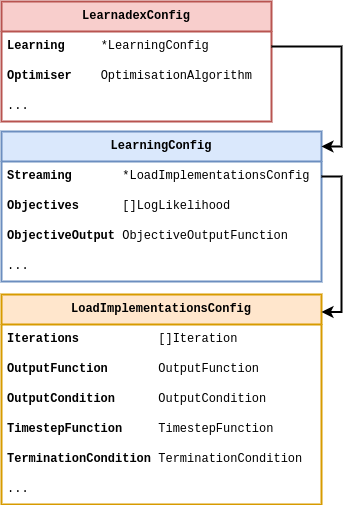
Before: images/chapter-4-learnadex-data-types.drawio.png, a diagram exported from draw.io (umbralcalc/worlds-of-observation). Source tidied: cells renumbered, new cells last; positions are measured from the earlier drawing's top-left corner, leaving out a move shared by most shapes.
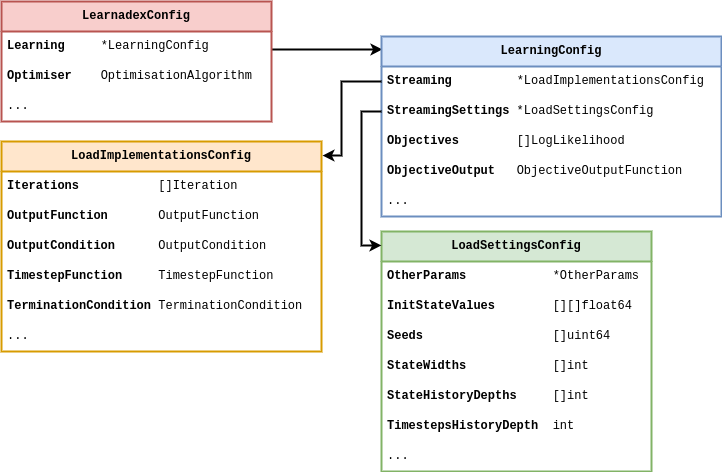
Later version of the same file.

The edit, as a diff of the source:
```diff
@@ -2,8 +2,16 @@
   <root>
     <mxCell id="0" />
     <mxCell id="1" parent="0" />
+    <mxCell id="20" style="edgeStyle=orthogonalEdgeStyle;rounded=0;jettySize=auto;html=1;entryX=0.003;entryY=0.072;entryDx=0;entryDy=0;entryPerimeter=0;strokeWidth=2;" parent="1" edge="1" source="2" target="6">
+      <mxGeometry relative="1" as="geometry">
+        <Array as="points">
+          <mxPoint x="300" y="18" />
+          <mxPoint x="300" y="18" />
+        </Array>
+      </mxGeometry>
+    </mxCell>
     <mxCell id="2" value="&lt;b&gt;LearnadexConfig&lt;/b&gt;" style="swimlane;fontStyle=0;horizontal=1;startSize=30;whiteSpace=wrap;html=1;fontFamily=Courier New;fillColor=#f8cecc;strokeColor=#b85450;strokeWidth=2;" parent="1" vertex="1">
-      <mxGeometry width="270" height="120" as="geometry" />
+      <mxGeometry y="-30" width="270" height="120" as="geometry" />
     </mxCell>
     <mxCell id="3" value="&lt;b&gt;Learning&amp;nbsp; &amp;nbsp; &amp;nbsp;&lt;/b&gt;*LearningConfig" style="text;strokeColor=none;fillColor=none;align=left;verticalAlign=middle;spacingLeft=4;spacingRight=4;overflow=hidden;points=[[0,0.5],[1,0.5]];portConstraint=eastwest;whiteSpace=wrap;html=1;fontFamily=Courier New;" parent="2" vertex="1">
       <mxGeometry y="30" width="270" height="30" as="geometry" />
@@ -15,25 +23,25 @@
       <mxGeometry y="90" width="270" height="30" as="geometry" />
     </mxCell>
     <mxCell id="6" value="&lt;b&gt;LearningConfig&lt;/b&gt;" style="swimlane;fontStyle=0;horizontal=1;startSize=30;whiteSpace=wrap;html=1;fontFamily=Courier New;fillColor=#dae8fc;strokeColor=#6c8ebf;strokeWidth=2;" parent="1" vertex="1">
-      <mxGeometry y="130" width="320" height="150" as="geometry" />
+      <mxGeometry x="380" y="5" width="340" height="180" as="geometry" />
     </mxCell>
-    <mxCell id="7" value="&lt;b&gt;Streaming&amp;nbsp;&lt;/b&gt;&amp;nbsp; &amp;nbsp; &amp;nbsp; *LoadImplementationsConfig" style="text;strokeColor=none;fillColor=none;align=left;verticalAlign=middle;spacingLeft=4;spacingRight=4;overflow=hidden;points=[[0,0.5],[1,0.5]];portConstraint=eastwest;whiteSpace=wrap;html=1;fontFamily=Courier New;" parent="6" vertex="1">
-      <mxGeometry y="30" width="320" height="30" as="geometry" />
+    <mxCell id="7" value="&lt;b&gt;Streaming&amp;nbsp;&lt;/b&gt;&amp;nbsp; &amp;nbsp; &amp;nbsp; &amp;nbsp; *LoadImplementationsConfig" style="text;strokeColor=none;fillColor=none;align=left;verticalAlign=middle;spacingLeft=4;spacingRight=4;overflow=hidden;points=[[0,0.5],[1,0.5]];portConstraint=eastwest;whiteSpace=wrap;html=1;fontFamily=Courier New;" parent="6" vertex="1">
+      <mxGeometry y="30" width="340" height="30" as="geometry" />
     </mxCell>
+    <mxCell id="21" value="&lt;b&gt;StreamingSettings&lt;/b&gt; *LoadSettingsConfig" style="text;strokeColor=none;fillColor=none;align=left;verticalAlign=middle;spacingLeft=4;spacingRight=4;overflow=hidden;points=[[0,0.5],[1,0.5]];portConstraint=eastwest;whiteSpace=wrap;html=1;fontFamily=Courier New;" parent="6" vertex="1">
+      <mxGeometry y="60" width="340" height="30" as="geometry" />
+    </mxCell>
-    <mxCell id="8" value="&lt;b&gt;Objectives&lt;/b&gt;&amp;nbsp; &amp;nbsp; &amp;nbsp; []LogLikelihood" style="text;strokeColor=none;fillColor=none;align=left;verticalAlign=middle;spacingLeft=4;spacingRight=4;overflow=hidden;whiteSpace=wrap;html=1;fontFamily=Courier New;" parent="6" vertex="1">
-      <mxGeometry y="60" width="320" height="30" as="geometry" />
+    <mxCell id="8" value="&lt;b&gt;Objectives&lt;/b&gt;&amp;nbsp; &amp;nbsp; &amp;nbsp; &amp;nbsp; []LogLikelihood" style="text;strokeColor=none;fillColor=none;align=left;verticalAlign=middle;spacingLeft=4;spacingRight=4;overflow=hidden;whiteSpace=wrap;html=1;fontFamily=Courier New;" parent="6" vertex="1">
+      <mxGeometry y="90" width="340" height="30" as="geometry" />
     </mxCell>
-    <mxCell id="9" value="&lt;b&gt;ObjectiveOutput&amp;nbsp;&lt;/b&gt;ObjectiveOutputFunction" style="text;strokeColor=none;fillColor=none;align=left;verticalAlign=middle;spacingLeft=4;spacingRight=4;overflow=hidden;whiteSpace=wrap;html=1;fontFamily=Courier New;" parent="6" vertex="1">
-      <mxGeometry y="90" width="320" height="30" as="geometry" />
+    <mxCell id="9" value="&lt;b&gt;ObjectiveOutput&amp;nbsp; &amp;nbsp;&lt;/b&gt;ObjectiveOutputFunction" style="text;strokeColor=none;fillColor=none;align=left;verticalAlign=middle;spacingLeft=4;spacingRight=4;overflow=hidden;whiteSpace=wrap;html=1;fontFamily=Courier New;" parent="6" vertex="1">
+      <mxGeometry y="120" width="340" height="30" as="geometry" />
     </mxCell>
     <mxCell id="10" value="..." style="text;strokeColor=none;fillColor=none;align=left;verticalAlign=middle;spacingLeft=4;spacingRight=4;overflow=hidden;whiteSpace=wrap;html=1;fontFamily=Courier New;" parent="6" vertex="1">
-      <mxGeometry y="120" width="320" height="30" as="geometry" />
+      <mxGeometry y="150" width="340" height="30" as="geometry" />
     </mxCell>
-    <mxCell id="11" style="edgeStyle=orthogonalEdgeStyle;rounded=0;jettySize=auto;html=1;strokeWidth=2;entryX=1;entryY=0.1;entryDx=0;entryDy=0;entryPerimeter=0;" parent="1" edge="1" source="3" target="6">
-      <mxGeometry relative="1" as="geometry" />
-    </mxCell>
     <mxCell id="12" value="&lt;b&gt;LoadImplementationsConfig&lt;/b&gt;" style="swimlane;fontStyle=0;horizontal=1;startSize=30;whiteSpace=wrap;html=1;fontFamily=Courier New;strokeWidth=2;fillColor=#ffe6cc;strokeColor=#d79b00;" parent="1" vertex="1">
-      <mxGeometry y="293" width="320" height="210" as="geometry" />
+      <mxGeometry y="110" width="320" height="210" as="geometry" />
     </mxCell>
     <mxCell id="13" value="&lt;b&gt;Iterations&lt;/b&gt;&amp;nbsp; &amp;nbsp; &amp;nbsp; &amp;nbsp; &amp;nbsp; &amp;nbsp;[]Iteration" style="text;strokeColor=none;fillColor=none;align=left;verticalAlign=middle;spacingLeft=4;spacingRight=4;overflow=hidden;whiteSpace=wrap;html=1;fontFamily=Courier New;" parent="12" vertex="1">
       <mxGeometry y="30" width="320" height="30" as="geometry" />
@@ -53,8 +61,40 @@
     <mxCell id="18" value="..." style="text;strokeColor=none;fillColor=none;align=left;verticalAlign=middle;spacingLeft=4;spacingRight=4;overflow=hidden;whiteSpace=wrap;html=1;fontFamily=Courier New;" parent="12" vertex="1">
       <mxGeometry y="180" width="320" height="30" as="geometry" />
     </mxCell>
-    <mxCell id="19" style="edgeStyle=orthogonalEdgeStyle;rounded=0;jettySize=auto;html=1;entryX=1;entryY=0.083;entryDx=0;entryDy=0;entryPerimeter=0;strokeWidth=2;exitX=1;exitY=0.5;exitDx=0;exitDy=0;" parent="1" edge="1" source="7" target="12">
-      <mxGeometry relative="1" as="geometry" />
+    <mxCell id="19" style="edgeStyle=orthogonalEdgeStyle;rounded=0;jettySize=auto;html=1;entryX=1.003;entryY=0.067;entryDx=0;entryDy=0;entryPerimeter=0;strokeWidth=2;exitX=0;exitY=0.5;exitDx=0;exitDy=0;" parent="1" edge="1" source="7" target="12">
+      <mxGeometry relative="1" as="geometry">
+        <Array as="points">
+          <mxPoint x="340" y="50" />
+          <mxPoint x="340" y="124" />
+        </Array>
+      </mxGeometry>
     </mxCell>
+    <mxCell id="22" value="&lt;b&gt;LoadSettingsConfig&lt;/b&gt;" style="swimlane;fontStyle=0;horizontal=1;startSize=30;whiteSpace=wrap;html=1;fontFamily=Courier New;strokeWidth=2;fillColor=#d5e8d4;strokeColor=#82b366;" parent="1" vertex="1">
+      <mxGeometry x="380" y="200" width="270" height="240" as="geometry" />
+    </mxCell>
+    <mxCell id="23" value="&lt;b&gt;OtherParams&lt;/b&gt;&amp;nbsp; &amp;nbsp; &amp;nbsp; &amp;nbsp; &amp;nbsp; &amp;nbsp; *OtherParams" style="text;strokeColor=none;fillColor=none;align=left;verticalAlign=middle;spacingLeft=4;spacingRight=4;overflow=hidden;whiteSpace=wrap;html=1;fontFamily=Courier New;" parent="22" vertex="1">
+      <mxGeometry y="30" width="270" height="30" as="geometry" />
+    </mxCell>
+    <mxCell id="24" value="&lt;b&gt;InitStateValues&lt;/b&gt;&amp;nbsp; &amp;nbsp; &amp;nbsp; &amp;nbsp; [][]float64" style="text;strokeColor=none;fillColor=none;align=left;verticalAlign=middle;spacingLeft=4;spacingRight=4;overflow=hidden;whiteSpace=wrap;html=1;fontFamily=Courier New;" parent="22" vertex="1">
+      <mxGeometry y="60" width="270" height="30" as="geometry" />
+    </mxCell>
+    <mxCell id="25" value="&lt;b&gt;Seeds&lt;/b&gt;&amp;nbsp; &amp;nbsp; &amp;nbsp; &amp;nbsp; &amp;nbsp; &amp;nbsp; &amp;nbsp; &amp;nbsp; &amp;nbsp; []uint64" style="text;strokeColor=none;fillColor=none;align=left;verticalAlign=middle;spacingLeft=4;spacingRight=4;overflow=hidden;whiteSpace=wrap;html=1;fontFamily=Courier New;" parent="22" vertex="1">
+      <mxGeometry y="90" width="270" height="30" as="geometry" />
+    </mxCell>
+    <mxCell id="26" value="&lt;b&gt;StateWidths&lt;/b&gt;&amp;nbsp; &amp;nbsp; &amp;nbsp; &amp;nbsp; &amp;nbsp; &amp;nbsp; []int" style="text;strokeColor=none;fillColor=none;align=left;verticalAlign=middle;spacingLeft=4;spacingRight=4;overflow=hidden;whiteSpace=wrap;html=1;fontFamily=Courier New;" parent="22" vertex="1">
+      <mxGeometry y="120" width="270" height="30" as="geometry" />
+    </mxCell>
+    <mxCell id="27" value="&lt;b&gt;StateHistoryDepths&lt;/b&gt;&amp;nbsp; &amp;nbsp; &amp;nbsp;[]int" style="text;strokeColor=none;fillColor=none;align=left;verticalAlign=middle;spacingLeft=4;spacingRight=4;overflow=hidden;whiteSpace=wrap;html=1;fontFamily=Courier New;" parent="22" vertex="1">
+      <mxGeometry y="150" width="270" height="30" as="geometry" />
+    </mxCell>
+    <mxCell id="28" value="&lt;b&gt;TimestepsHistoryDepth&lt;/b&gt;&amp;nbsp; int" style="text;strokeColor=none;fillColor=none;align=left;verticalAlign=middle;spacingLeft=4;spacingRight=4;overflow=hidden;whiteSpace=wrap;html=1;fontFamily=Courier New;" parent="22" vertex="1">
+      <mxGeometry y="180" width="270" height="30" as="geometry" />
+    </mxCell>
+    <mxCell id="29" value="..." style="text;strokeColor=none;fillColor=none;align=left;verticalAlign=middle;spacingLeft=4;spacingRight=4;overflow=hidden;whiteSpace=wrap;html=1;fontFamily=Courier New;" parent="22" vertex="1">
+      <mxGeometry y="210" width="270" height="30" as="geometry" />
+    </mxCell>
+    <mxCell id="30" style="edgeStyle=orthogonalEdgeStyle;rounded=0;jettySize=auto;html=1;entryX=0;entryY=0.058;entryDx=0;entryDy=0;entryPerimeter=0;strokeWidth=2;" parent="1" edge="1" source="21" target="22">
+      <mxGeometry relative="1" as="geometry" />
+    </mxCell>
   </root>
 </mxGraphModel>
```
